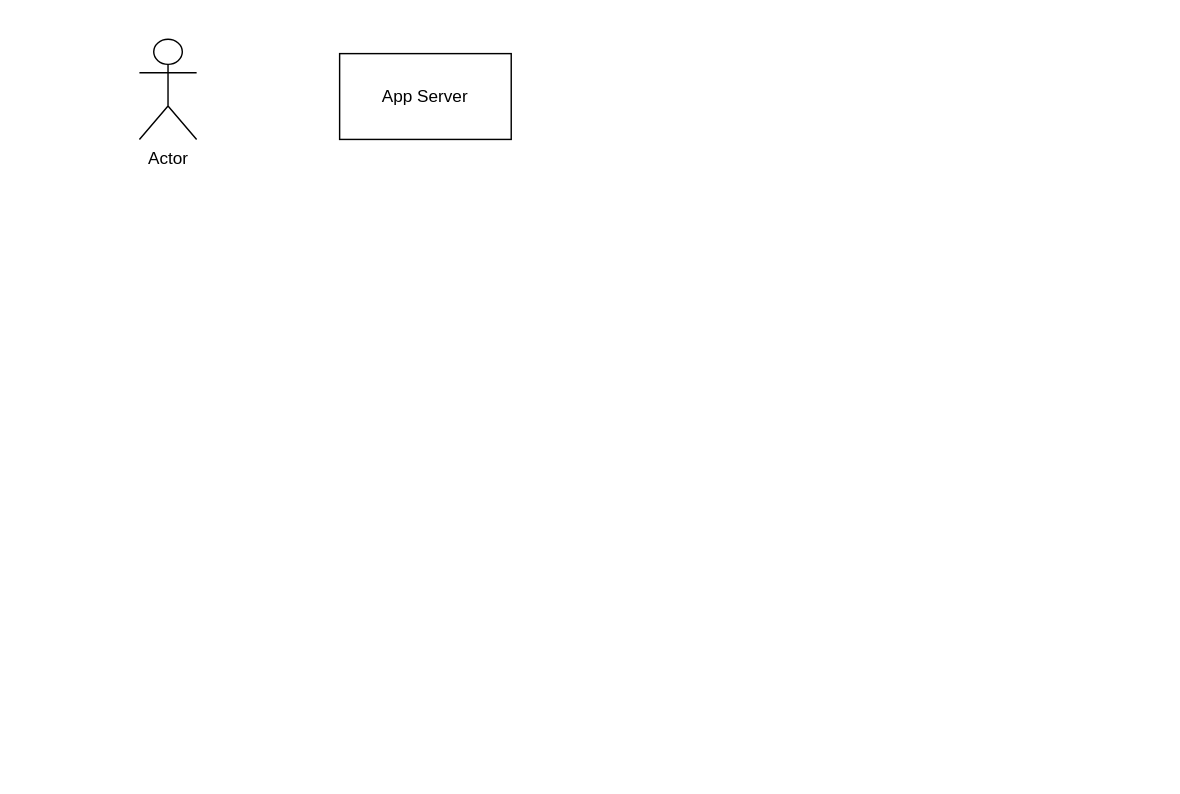
Abhinav85/SystemDesignDiagrams keeps this draw.io diagram as TwitterDesign.drawio. Above is the earlier version. Source tidied: cells renumbered, new cells numbered last; positions are measured from the earlier drawing's top-left corner, leaving out a move shared by most shapes. Both pictures are drawn from the tidied source at 143%, with x=0, y=0 at pixel (139, 39).
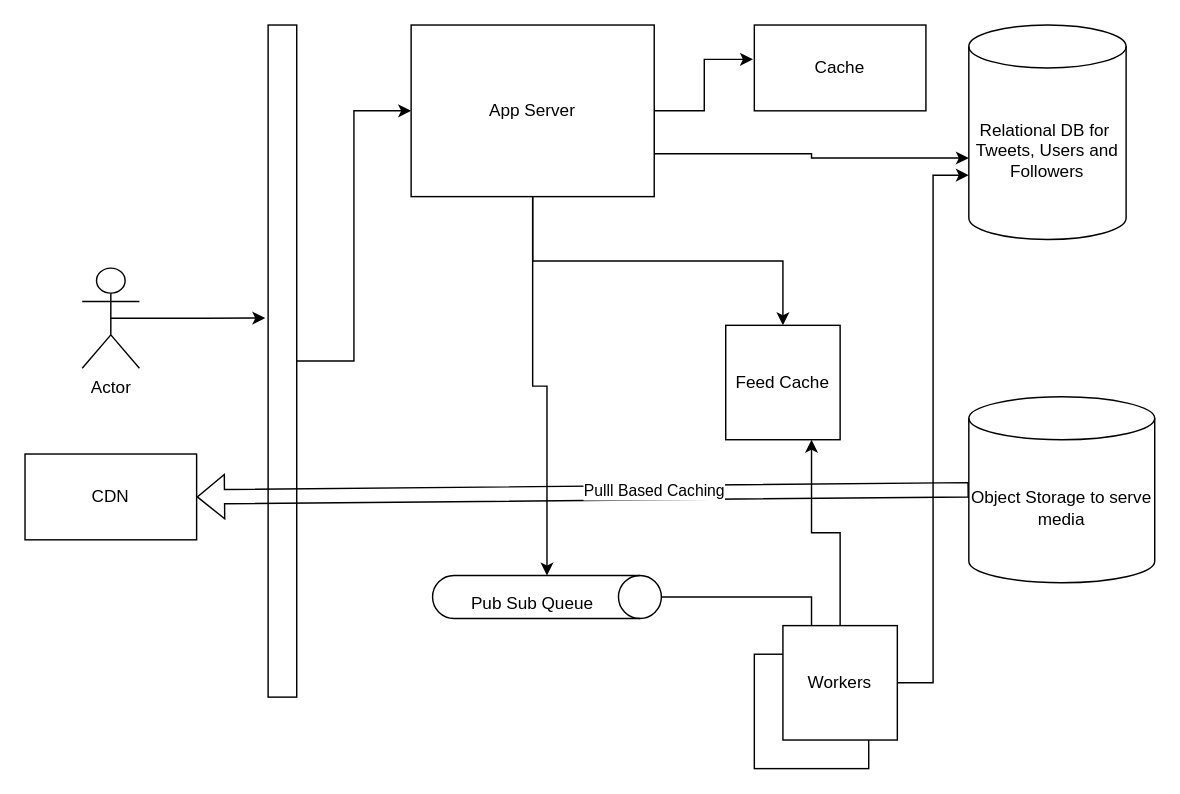
The same diagram, later.

Change to the diagram source:
```diff
@@
+    <mxCell id="4" style="edgeStyle=orthogonalEdgeStyle;rounded=0;jettySize=auto;html=1;exitX=0.5;exitY=0.5;exitDx=0;exitDy=0;exitPerimeter=0;entryX=-0.1;entryY=0.436;entryDx=0;entryDy=0;entryPerimeter=0;" parent="1" edge="1" source="2" target="10">
+      <mxGeometry relative="1" as="geometry" />
+    </mxCell>
     <mxCell id="2" value="Actor" style="shape=umlActor;verticalLabelPosition=bottom;verticalAlign=top;html=1;outlineConnect=0;" parent="1" vertex="1">
-      <mxGeometry width="40" height="70" as="geometry" />
+      <mxGeometry x="-40" y="160" width="40" height="70" as="geometry" />
     </mxCell>
+    <mxCell id="5" style="edgeStyle=orthogonalEdgeStyle;rounded=0;jettySize=auto;html=1;exitX=1;exitY=0.5;exitDx=0;exitDy=0;entryX=-0.008;entryY=0.4;entryDx=0;entryDy=0;entryPerimeter=0;" parent="1" edge="1" source="3" target="11">
+      <mxGeometry relative="1" as="geometry" />
+    </mxCell>
+    <mxCell id="6" style="edgeStyle=orthogonalEdgeStyle;rounded=0;jettySize=auto;html=1;exitX=1;exitY=0.5;exitDx=0;exitDy=0;entryX=0;entryY=0.62;entryDx=0;entryDy=0;entryPerimeter=0;" parent="1" edge="1" source="3" target="12">
+      <mxGeometry relative="1" as="geometry">
+        <Array as="points">
+          <mxPoint x="360" y="80" />
+          <mxPoint x="470" y="80" />
+          <mxPoint x="470" y="83" />
+        </Array>
+      </mxGeometry>
+    </mxCell>
+    <mxCell id="7" style="edgeStyle=orthogonalEdgeStyle;rounded=0;jettySize=auto;html=1;" parent="1" edge="1" source="3" target="18">
+      <mxGeometry relative="1" as="geometry" />
+    </mxCell>
+    <mxCell id="8" style="edgeStyle=orthogonalEdgeStyle;rounded=0;jettySize=auto;html=1;exitX=0.5;exitY=1;exitDx=0;exitDy=0;entryX=0.5;entryY=0;entryDx=0;entryDy=0;" parent="1" edge="1" source="3" target="24">
+      <mxGeometry relative="1" as="geometry" />
+    </mxCell>
     <mxCell id="3" value="App Server" style="rounded=0;whiteSpace=wrap;html=1;" parent="1" vertex="1">
-      <mxGeometry x="140" y="10" width="120" height="60" as="geometry" />
+      <mxGeometry x="190" y="-10" width="170" height="120" as="geometry" />
     </mxCell>
+    <mxCell id="9" style="edgeStyle=orthogonalEdgeStyle;rounded=0;jettySize=auto;html=1;exitX=1;exitY=0.5;exitDx=0;exitDy=0;entryX=0;entryY=0.5;entryDx=0;entryDy=0;" parent="1" edge="1" source="10" target="3">
+      <mxGeometry relative="1" as="geometry" />
+    </mxCell>
+    <mxCell id="10" style="rounded=0;whiteSpace=wrap;html=1;" parent="1" vertex="1">
+      <mxGeometry x="90" y="-10" width="20" height="470" as="geometry" />
+    </mxCell>
+    <mxCell id="11" value="Cache" style="rounded=0;whiteSpace=wrap;html=1;" parent="1" vertex="1">
+      <mxGeometry x="430" y="-10" width="120" height="60" as="geometry" />
+    </mxCell>
+    <mxCell id="12" value="Relational DB for&amp;nbsp; Tweets, Users and Followers" style="shape=cylinder3;whiteSpace=wrap;html=1;boundedLbl=1;backgroundOutline=1;size=15;" parent="1" vertex="1">
+      <mxGeometry x="580" y="-10" width="110" height="150" as="geometry" />
+    </mxCell>
+    <mxCell id="13" value="CDN" style="rounded=0;whiteSpace=wrap;html=1;" parent="1" vertex="1">
+      <mxGeometry x="-80" y="290" width="120" height="60" as="geometry" />
+    </mxCell>
+    <mxCell id="14" value="Object Storage to serve media" style="shape=cylinder3;whiteSpace=wrap;html=1;boundedLbl=1;backgroundOutline=1;size=15;" parent="1" vertex="1">
+      <mxGeometry x="580" y="250" width="130" height="130" as="geometry" />
+    </mxCell>
+    <mxCell id="15" style="shape=flexArrow;endArrow=classic;html=1;rounded=0;entryX=1;entryY=0.5;entryDx=0;entryDy=0;exitX=0;exitY=0.5;exitDx=0;exitDy=0;exitPerimeter=0;" parent="1" edge="1" source="14" target="13">
+      <mxGeometry relative="1" as="geometry" />
+    </mxCell>
+    <mxCell id="16" value="Pulll Based Caching" style="edgeLabel;html=1;align=center;verticalAlign=middle;" parent="15" vertex="1">
+      <mxGeometry x="-0.01" y="1" relative="1" as="geometry">
+        <mxPoint x="46" y="-3" as="offset" />
+      </mxGeometry>
+    </mxCell>
+    <mxCell id="17" style="edgeStyle=orthogonalEdgeStyle;rounded=0;jettySize=auto;html=1;exitX=0.5;exitY=0;exitDx=0;exitDy=0;exitPerimeter=0;" parent="1" edge="1" source="18" target="20">
+      <mxGeometry relative="1" as="geometry" />
+    </mxCell>
+    <mxCell id="18" style="shape=cylinder3;whiteSpace=wrap;html=1;boundedLbl=1;backgroundOutline=1;size=15;rotation=90;" parent="1" vertex="1">
+      <mxGeometry x="270" y="310" width="30" height="160" as="geometry" />
+    </mxCell>
+    <mxCell id="19" value="Pub Sub Queue" style="text;html=1;strokeColor=none;fillColor=none;align=center;verticalAlign=middle;whiteSpace=wrap;rounded=0;" parent="1" vertex="1">
+      <mxGeometry x="215" y="380" width="120" height="30" as="geometry" />
+    </mxCell>
+    <mxCell id="20" style="whiteSpace=wrap;html=1;" parent="1" vertex="1">
+      <mxGeometry x="430" y="430" width="80" height="80" as="geometry" />
+    </mxCell>
+    <mxCell id="21" style="edgeStyle=orthogonalEdgeStyle;rounded=0;jettySize=auto;html=1;exitX=0.5;exitY=0;exitDx=0;exitDy=0;entryX=0.75;entryY=1;entryDx=0;entryDy=0;" parent="1" edge="1" source="23" target="24">
+      <mxGeometry relative="1" as="geometry" />
+    </mxCell>
+    <mxCell id="22" style="edgeStyle=orthogonalEdgeStyle;rounded=0;jettySize=auto;html=1;exitX=1;exitY=0.5;exitDx=0;exitDy=0;entryX=0;entryY=0;entryDx=0;entryDy=105;entryPerimeter=0;" parent="1" edge="1" source="23" target="12">
+      <mxGeometry relative="1" as="geometry" />
+    </mxCell>
+    <mxCell id="23" value="Workers" style="whiteSpace=wrap;html=1;" parent="1" vertex="1">
+      <mxGeometry x="450" y="410" width="80" height="80" as="geometry" />
+    </mxCell>
+    <mxCell id="24" value="Feed Cache" style="whiteSpace=wrap;html=1;" parent="1" vertex="1">
+      <mxGeometry x="410" y="200" width="80" height="80" as="geometry" />
+    </mxCell>
```
